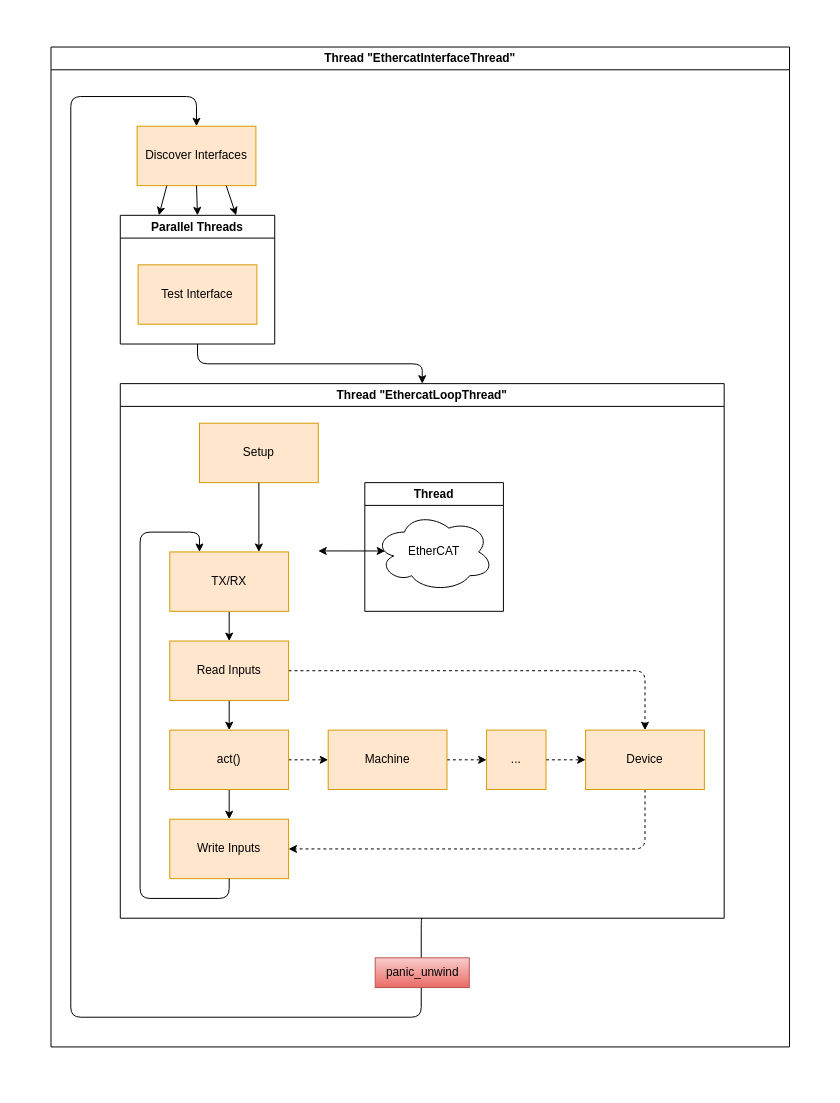
The draw.io diagram docs/drawio/control-loop.drawio in qitechgmbh/control, before the edit. Source tidied: cells renumbered, new cells numbered last; positions are measured from the earlier drawing's top-left corner, leaving out a move shared by most shapes. Both pictures are drawn from the tidied source at 99%, with x=0, y=0 at pixel (17, 17).
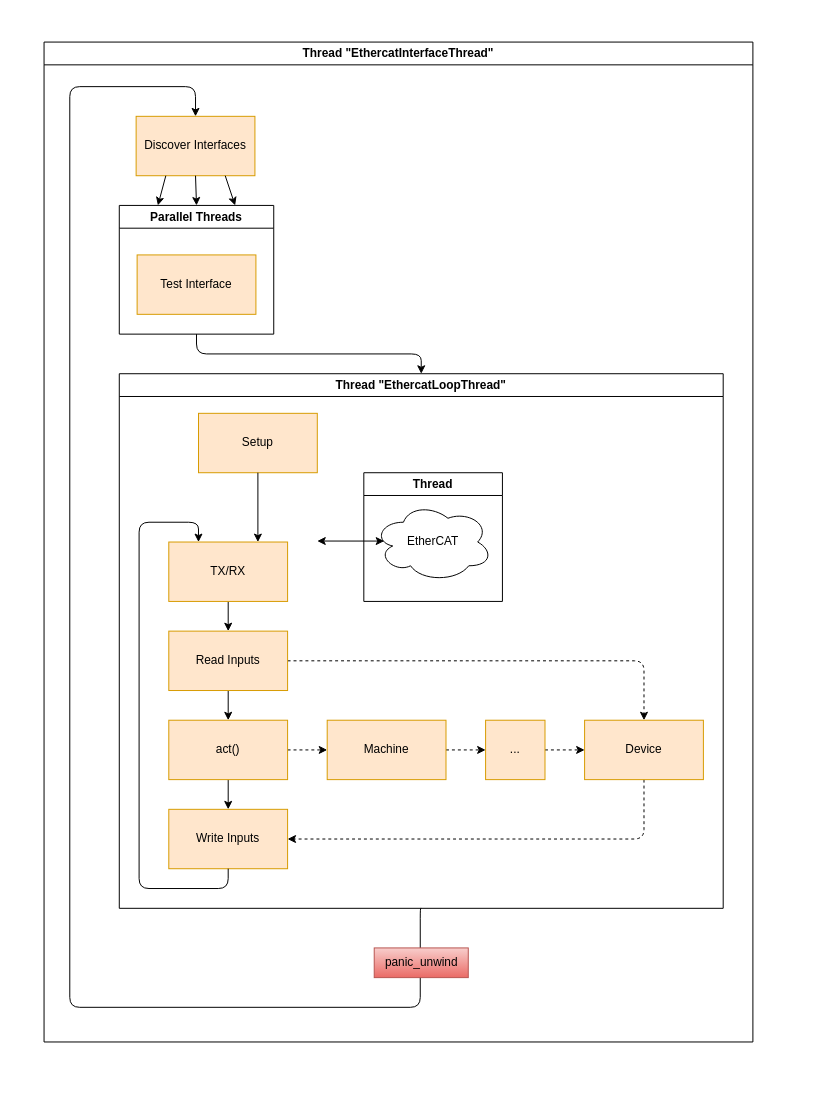
Above is the later version.

Unchanged cells that the change refers to:
```xml
<mxCell id="9" value="EtherCAT" style="ellipse;shape=cloud;whiteSpace=wrap;html=1;" parent="8" vertex="1">
  <mxGeometry x="10" y="30" width="120" height="80" as="geometry" />
</mxCell>
```

What changed in the source:
```diff
@@
     <mxCell id="2" style="swimlane;startSize=0;swimlaneFillColor=default;strokeColor=none;" parent="1" vertex="1">
-      <mxGeometry width="814" height="1080" as="geometry" />
+      <mxGeometry width="777" height="1065" as="geometry" />
     </mxCell>
     <mxCell id="3" value="Thread &quot;EthercatInterfaceThread&quot;" style="swimlane;whiteSpace=wrap;html=1;" parent="2" vertex="1">
-      <mxGeometry x="34" y="30" width="746" height="1010" as="geometry" />
+      <mxGeometry x="27" y="25" width="716" height="1010" as="geometry" />
     </mxCell>
     <mxCell id="4" value="Discover Interfaces" style="rounded=0;whiteSpace=wrap;html=1;fillColor=#ffe6cc;strokeColor=#d79b00;" parent="3" vertex="1">
-      <mxGeometry x="87" y="80" width="120" height="60" as="geometry" />
+      <mxGeometry x="93" y="75" width="120" height="60" as="geometry" />
     </mxCell>
     <mxCell id="5" value="Parallel Threads" style="swimlane;whiteSpace=wrap;html=1;" parent="3" vertex="1">
-      <mxGeometry x="70" y="170" width="156" height="130" as="geometry" />
+      <mxGeometry x="76" y="165" width="156" height="130" as="geometry" />
     </mxCell>
@@
     <mxCell id="7" value="Thread &quot;EthercatLoopThread&quot;" style="swimlane;whiteSpace=wrap;html=1;" parent="3" vertex="1">
-      <mxGeometry x="70" y="340" width="610" height="540" as="geometry" />
+      <mxGeometry x="76" y="335" width="610" height="540" as="geometry" />
     </mxCell>
@@
-    <mxCell id="27" style="endArrow=classic;html=1;" parent="7" edge="1">
-      <mxGeometry relative="1" as="geometry">
-        <mxPoint x="140" y="100" as="sourcePoint" />
-        <mxPoint x="140" y="170" as="targetPoint" />
-      </mxGeometry>
-    </mxCell>
-    <mxCell id="28" style="edgeStyle=none;html=1;exitX=1;exitY=0.5;exitDx=0;exitDy=0;entryX=0.088;entryY=0.488;entryDx=0;entryDy=0;entryPerimeter=0;startArrow=classic;startFill=1;" parent="7" edge="1" target="9">
-      <mxGeometry relative="1" as="geometry">
-        <mxPoint x="200" y="169" as="sourcePoint" />
-      </mxGeometry>
-    </mxCell>
-    <mxCell id="29" style="edgeStyle=none;html=1;exitX=0.25;exitY=1;exitDx=0;exitDy=0;entryX=0.25;entryY=0;entryDx=0;entryDy=0;" parent="3" edge="1" source="4" target="5">
-      <mxGeometry relative="1" as="geometry" />
-    </mxCell>
-    <mxCell id="30" style="edgeStyle=none;html=1;exitX=0.5;exitY=1;exitDx=0;exitDy=0;entryX=0.5;entryY=0;entryDx=0;entryDy=0;" parent="3" edge="1" source="4" target="5">
-      <mxGeometry relative="1" as="geometry" />
-    </mxCell>
-    <mxCell id="31" style="edgeStyle=none;html=1;exitX=0.75;exitY=1;exitDx=0;exitDy=0;entryX=0.75;entryY=0;entryDx=0;entryDy=0;" parent="3" edge="1" source="4" target="5">
-      <mxGeometry relative="1" as="geometry" />
-    </mxCell>
+    <mxCell id="35" style="endArrow=classic;html=1;" parent="7" edge="1">
+      <mxGeometry relative="1" as="geometry">
+        <mxPoint x="140" y="100" as="sourcePoint" />
+        <mxPoint x="140" y="170" as="targetPoint" />
+      </mxGeometry>
+    </mxCell>
+    <mxCell id="36" style="edgeStyle=none;html=1;exitX=1;exitY=0.5;exitDx=0;exitDy=0;entryX=0.088;entryY=0.488;entryDx=0;entryDy=0;entryPerimeter=0;startArrow=classic;startFill=1;" parent="7" edge="1" target="9">
+      <mxGeometry relative="1" as="geometry">
+        <mxPoint x="200" y="169" as="sourcePoint" />
+      </mxGeometry>
+    </mxCell>
+    <mxCell id="37" style="edgeStyle=none;html=1;exitX=0.25;exitY=1;exitDx=0;exitDy=0;entryX=0.25;entryY=0;entryDx=0;entryDy=0;" parent="3" edge="1" source="4" target="5">
+      <mxGeometry relative="1" as="geometry" />
+    </mxCell>
+    <mxCell id="38" style="edgeStyle=none;html=1;exitX=0.5;exitY=1;exitDx=0;exitDy=0;entryX=0.5;entryY=0;entryDx=0;entryDy=0;" parent="3" edge="1" source="4" target="5">
+      <mxGeometry relative="1" as="geometry" />
+    </mxCell>
+    <mxCell id="39" style="edgeStyle=none;html=1;exitX=0.75;exitY=1;exitDx=0;exitDy=0;entryX=0.75;entryY=0;entryDx=0;entryDy=0;" parent="3" edge="1" source="4" target="5">
+      <mxGeometry relative="1" as="geometry" />
+    </mxCell>
     <mxCell id="32" style="edgeStyle=orthogonalEdgeStyle;html=1;entryX=0.5;entryY=0;entryDx=0;entryDy=0;exitX=0.5;exitY=1;exitDx=0;exitDy=0;" parent="3" edge="1" source="7" target="4">
       <mxGeometry relative="1" as="geometry">
         <Array as="points">
-          <mxPoint x="374" y="880" />
-          <mxPoint x="374" y="980" />
-          <mxPoint x="20" y="980" />
-          <mxPoint x="20" y="50" />
-          <mxPoint x="147" y="50" />
+          <mxPoint x="380" y="875" />
+          <mxPoint x="380" y="975" />
+          <mxPoint x="26" y="975" />
+          <mxPoint x="26" y="45" />
+          <mxPoint x="153" y="45" />
         </Array>
       </mxGeometry>
     </mxCell>
@@
     <mxCell id="34" value="panic_unwind" style="text;html=1;align=center;verticalAlign=middle;whiteSpace=wrap;rounded=0;fillColor=#f8cecc;gradientColor=#ea6b66;strokeColor=#b85450;" parent="3" vertex="1">
-      <mxGeometry x="327.5" y="920" width="95" height="30" as="geometry" />
+      <mxGeometry x="333.5" y="915" width="95" height="30" as="geometry" />
     </mxCell>
```
